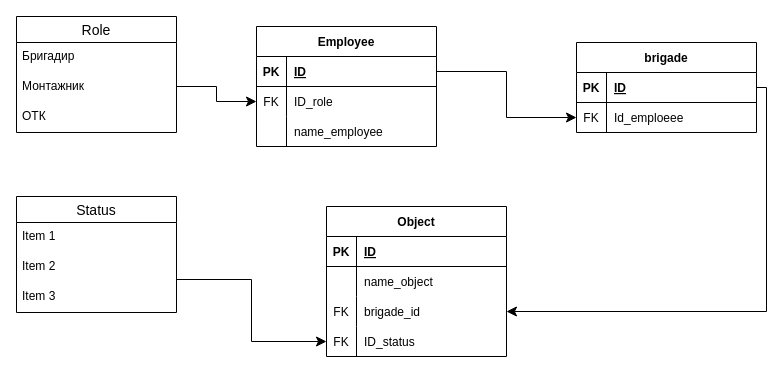
This is Схема базы данных.drawio from Aleksandr-74/personnel-Management, a draw.io file, before an edit. Source tidied: cells renumbered, new cells numbered last; positions are measured from the earlier drawing's top-left corner, leaving out a move shared by most shapes. Both pictures are drawn from the tidied source at 100%, with x=0, y=0 at pixel (16, 16).
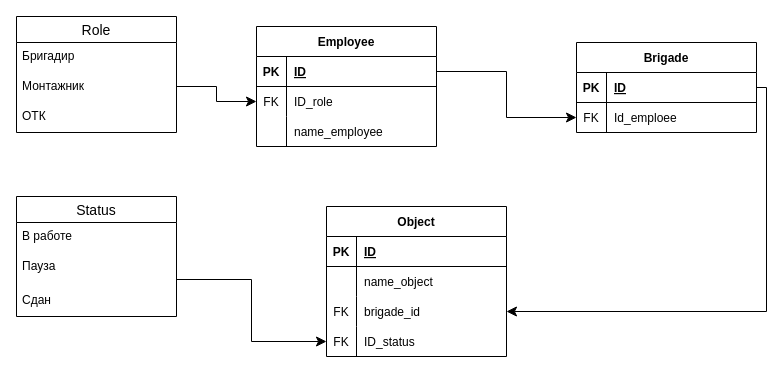
The same page after the edit.

Unchanged cells that the change refers to:
```xml
<mxCell id="19" style="shape=tableRow;horizontal=0;startSize=0;swimlaneHead=0;swimlaneBody=0;fillColor=none;points=[[0,0.5],[1,0.5]];portConstraint=eastwest;top=0;left=0;right=0;bottom=0;" parent="15" vertex="1">
  <mxGeometry y="60" width="180" height="30" as="geometry" />
</mxCell>
```

The edit, as a diff of the source:
```diff
@@
-    <mxCell id="15" value="brigade" style="shape=table;startSize=30;childLayout=tableLayout;rowLines=0;fontStyle=1;align=center;" parent="1" vertex="1">
+    <mxCell id="15" value="Brigade" style="shape=table;startSize=30;childLayout=tableLayout;rowLines=0;fontStyle=1;align=center;" parent="1" vertex="1">
       <mxGeometry x="560" y="26" width="180" height="90" as="geometry" />
     </mxCell>
@@
-    <mxCell id="21" value="Id_emploeee" style="shape=partialRectangle;fillColor=none;top=0;left=0;bottom=0;right=0;align=left;spacingLeft=6;overflow=hidden;" parent="19" vertex="1">
+    <mxCell id="21" value="Id_emploee" style="shape=partialRectangle;fillColor=none;top=0;left=0;bottom=0;right=0;align=left;spacingLeft=6;overflow=hidden;" parent="19" vertex="1">
       <mxGeometry x="30" width="150" height="30" as="geometry" />
     </mxCell>
@@
     <mxCell id="37" value="Status" style="swimlane;fontStyle=0;horizontal=1;startSize=26;align=center;fontSize=14;" parent="1" vertex="1">
-      <mxGeometry y="180" width="160" height="116" as="geometry" />
+      <mxGeometry y="180" width="160" height="120" as="geometry" />
     </mxCell>
-    <mxCell id="38" value="Item 1" style="text;strokeColor=none;fillColor=none;spacingLeft=4;spacingRight=4;overflow=hidden;fontSize=12;" parent="37" vertex="1">
+    <mxCell id="38" value="В работе&#10;" style="text;strokeColor=none;fillColor=none;spacingLeft=4;spacingRight=4;overflow=hidden;fontSize=12;" parent="37" vertex="1">
       <mxGeometry y="26" width="160" height="30" as="geometry" />
     </mxCell>
-    <mxCell id="39" value="Item 2" style="text;strokeColor=none;fillColor=none;spacingLeft=4;spacingRight=4;overflow=hidden;fontSize=12;" parent="37" vertex="1">
-      <mxGeometry y="56" width="160" height="30" as="geometry" />
+    <mxCell id="39" value="Пауза" style="text;strokeColor=none;fillColor=none;spacingLeft=4;spacingRight=4;overflow=hidden;fontSize=12;" parent="37" vertex="1">
+      <mxGeometry y="56" width="160" height="34" as="geometry" />
     </mxCell>
-    <mxCell id="40" value="Item 3" style="text;strokeColor=none;fillColor=none;spacingLeft=4;spacingRight=4;overflow=hidden;fontSize=12;" parent="37" vertex="1">
-      <mxGeometry y="86" width="160" height="30" as="geometry" />
+    <mxCell id="40" value="Сдан&#10;" style="text;strokeColor=none;fillColor=none;spacingLeft=4;spacingRight=4;overflow=hidden;fontSize=12;" parent="37" vertex="1">
+      <mxGeometry y="90" width="160" height="30" as="geometry" />
     </mxCell>
```
